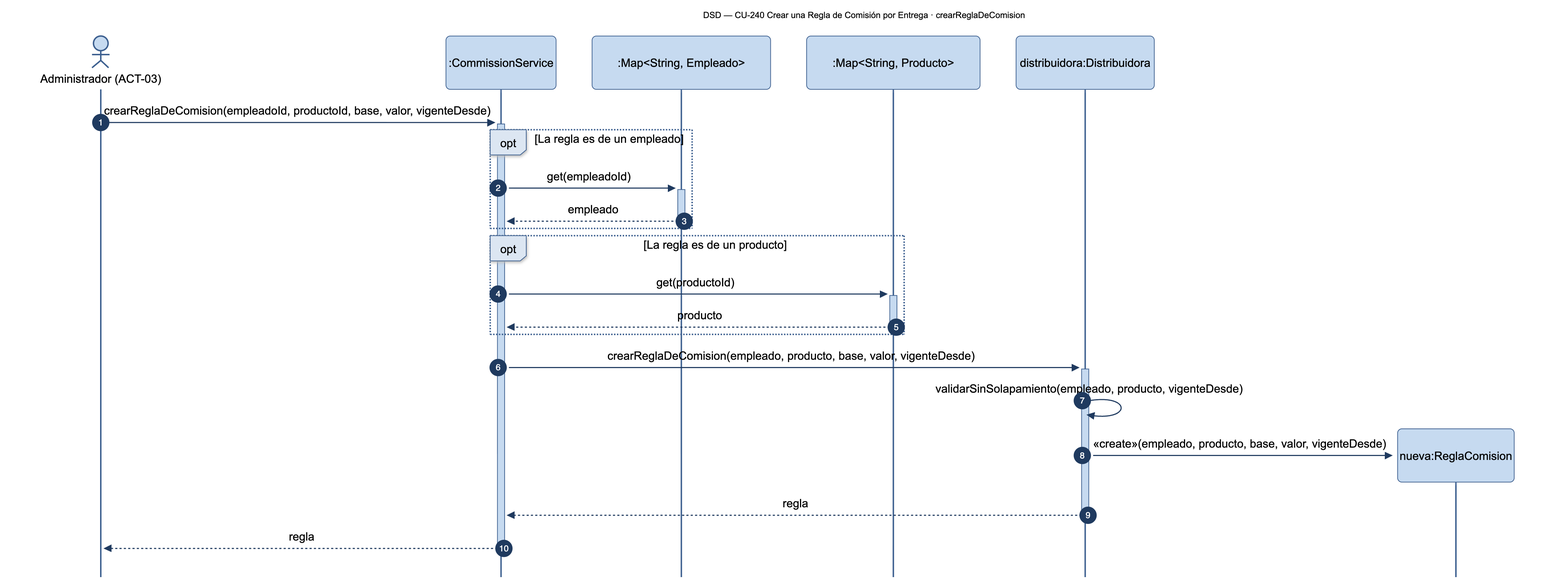
This is diagramas/png/DSD_CU-240_crearReglaDeComision.png from Nahuelito-Dev/splg-docs, a Mermaid export, as it was before one commit. Its source is kept beside it as diagramas/DSD_CU-240_crearReglaDeComision.mmd.
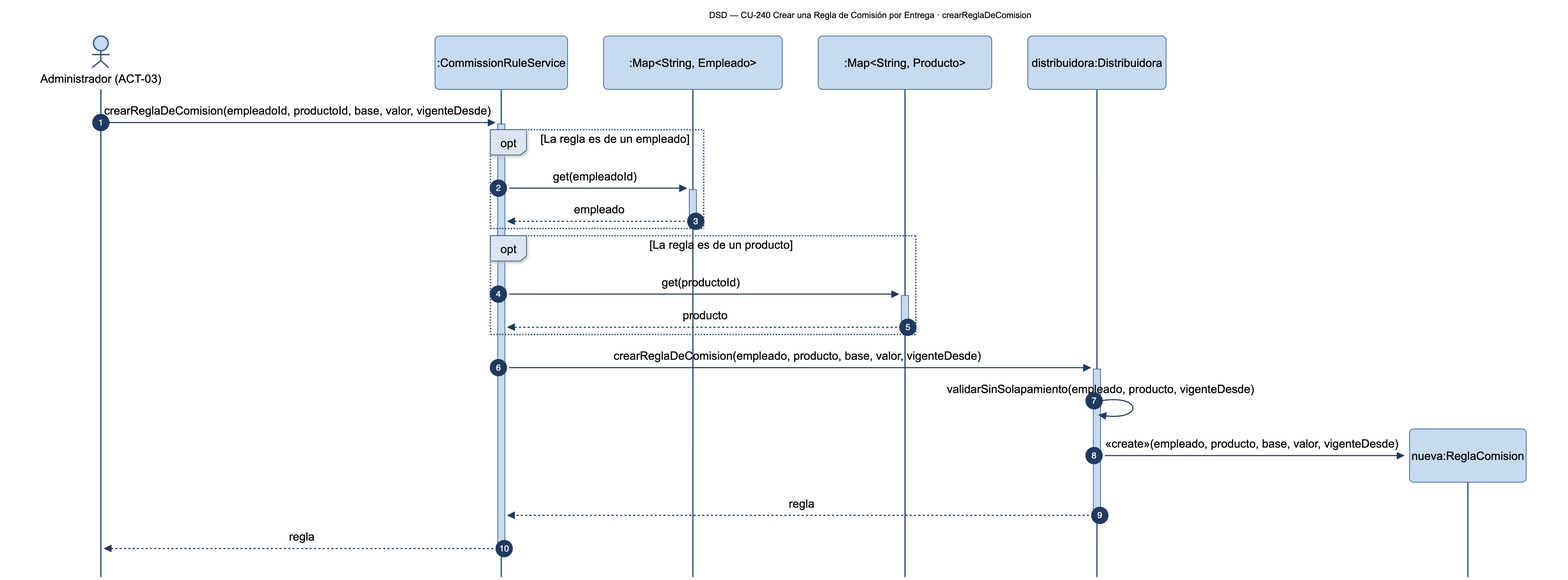
After the commit.

The edit, as a diff of the source:
```diff
@@ -2,7 +2,7 @@
     title DSD — CU-240 Crear una Regla de Comisión por Entrega · crearReglaDeComision
     autonumber
     actor ADM as Administrador (ACT-03)
-    participant SRV as :CommissionService
+    participant SRV as :CommissionRuleService
     participant EMPS as :Map#lt;String, Empleado#gt;
     participant PROS as :Map#lt;String, Producto#gt;
     participant DIS as distribuidora:Distribuidora
```
